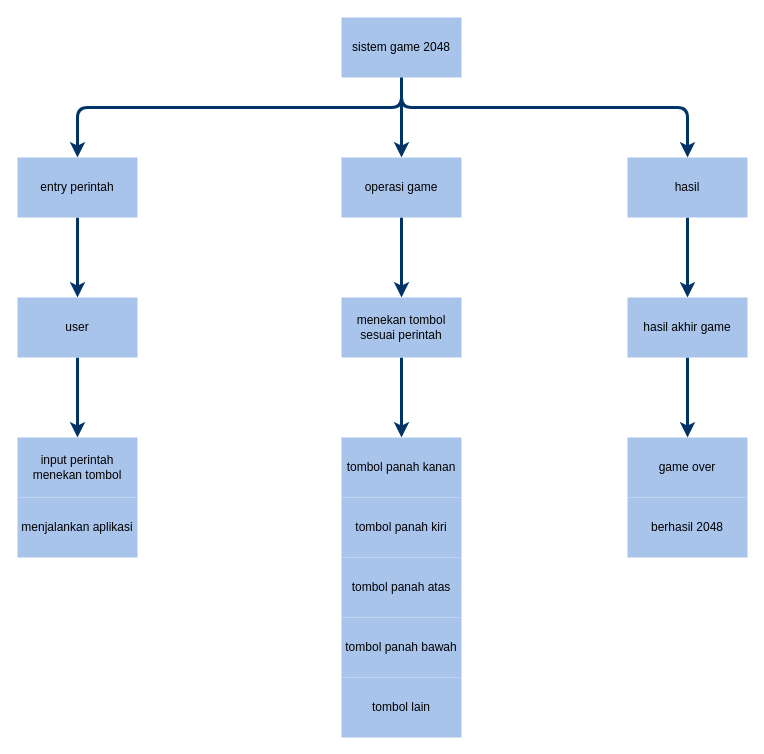
novianh/database-smt-1 keeps this draw.io diagram as page "hipo" (2 of 4) of sistem Diagram.drawio. Above is the earlier version. Source tidied: cells renumbered, new cells numbered last; positions are measured from the earlier drawing's top-left corner, leaving out a move shared by most shapes. Both pictures are drawn from the tidied source at 100%, with x=0, y=0 at pixel (17, 17).
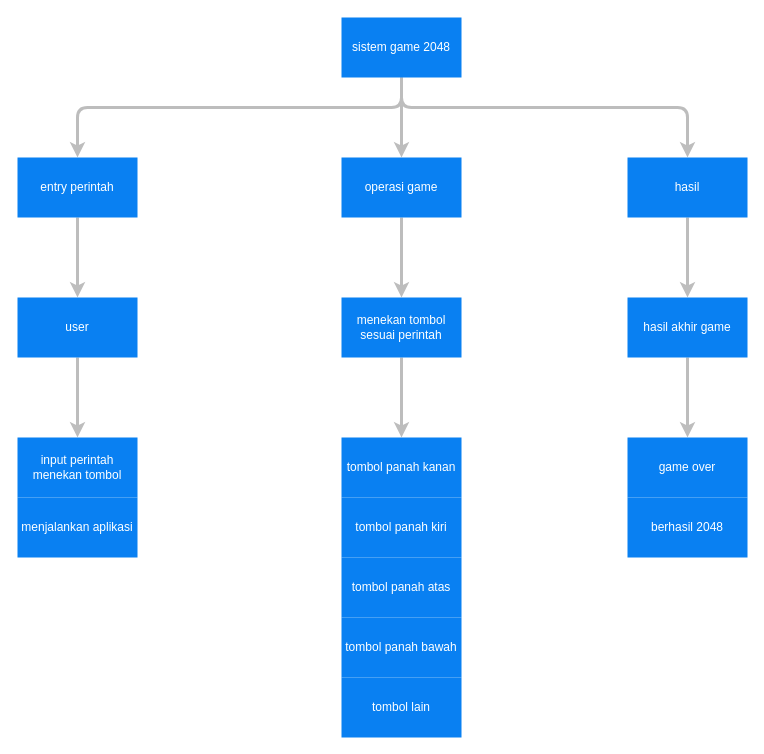
The same page after the edit.

Change to the diagram source:
```diff
@@
-    <mxCell id="2" style="edgeStyle=orthogonalEdgeStyle;jettySize=auto;html=1;strokeWidth=3;strokeColor=#003366;rounded=1;" parent="1" edge="1" source="5" target="7">
+    <mxCell id="2" style="edgeStyle=orthogonalEdgeStyle;jettySize=auto;html=1;strokeWidth=3;rounded=1;fontColor=#FFFFFF;strokeColor=#BDBDBD;" parent="1" edge="1" source="5" target="7">
       <mxGeometry relative="1" as="geometry">
         <Array as="points">
           <mxPoint x="384" y="90" />
           <mxPoint x="60" y="90" />
         </Array>
       </mxGeometry>
     </mxCell>
-    <mxCell id="3" style="edgeStyle=orthogonalEdgeStyle;jettySize=auto;html=1;strokeWidth=3;strokeColor=#003366;rounded=1;" parent="1" edge="1" source="5" target="9">
+    <mxCell id="3" style="edgeStyle=orthogonalEdgeStyle;jettySize=auto;html=1;strokeWidth=3;rounded=1;fontColor=#FFFFFF;strokeColor=#BDBDBD;" parent="1" edge="1" source="5" target="9">
       <mxGeometry relative="1" as="geometry" />
     </mxCell>
-    <mxCell id="4" style="edgeStyle=orthogonalEdgeStyle;jettySize=auto;html=1;strokeWidth=3;strokeColor=#003366;rounded=1;" parent="1" edge="1" source="5" target="11">
+    <mxCell id="4" style="edgeStyle=orthogonalEdgeStyle;jettySize=auto;html=1;strokeWidth=3;rounded=1;fontColor=#FFFFFF;strokeColor=#BDBDBD;" parent="1" edge="1" source="5" target="11">
       <mxGeometry relative="1" as="geometry">
         <Array as="points">
           <mxPoint x="384" y="90" />
           <mxPoint x="670" y="90" />
         </Array>
       </mxGeometry>
     </mxCell>
-    <mxCell id="5" value="sistem game 2048" style="rounded=0;whiteSpace=wrap;html=1;fillColor=#A9C4EB;strokeColor=none;glass=0;sketch=0;" parent="1" vertex="1">
+    <mxCell id="5" value="sistem game 2048" style="rounded=0;whiteSpace=wrap;html=1;strokeColor=none;glass=0;sketch=0;fillColor=#0980F2;fontColor=#FFFFFF;" parent="1" vertex="1">
       <mxGeometry x="324" width="120" height="60" as="geometry" />
     </mxCell>
-    <mxCell id="6" style="edgeStyle=orthogonalEdgeStyle;jettySize=auto;html=1;strokeWidth=3;strokeColor=#003366;rounded=1;" parent="1" edge="1" source="7" target="13">
+    <mxCell id="6" style="edgeStyle=orthogonalEdgeStyle;jettySize=auto;html=1;strokeWidth=3;rounded=1;fontColor=#FFFFFF;strokeColor=#BDBDBD;" parent="1" edge="1" source="7" target="13">
       <mxGeometry relative="1" as="geometry" />
     </mxCell>
-    <mxCell id="7" value="entry perintah" style="rounded=0;whiteSpace=wrap;html=1;fillColor=#A9C4EB;strokeColor=none;glass=0;sketch=0;" parent="1" vertex="1">
+    <mxCell id="7" value="entry perintah" style="rounded=0;whiteSpace=wrap;html=1;strokeColor=none;glass=0;sketch=0;fillColor=#0980F2;fontColor=#FFFFFF;" parent="1" vertex="1">
       <mxGeometry y="140" width="120" height="60" as="geometry" />
     </mxCell>
-    <mxCell id="8" style="edgeStyle=orthogonalEdgeStyle;jettySize=auto;html=1;strokeWidth=3;strokeColor=#003366;rounded=1;" parent="1" edge="1" source="9" target="17">
+    <mxCell id="8" style="edgeStyle=orthogonalEdgeStyle;jettySize=auto;html=1;strokeWidth=3;rounded=1;fontColor=#FFFFFF;strokeColor=#BDBDBD;" parent="1" edge="1" source="9" target="17">
       <mxGeometry relative="1" as="geometry" />
     </mxCell>
-    <mxCell id="9" value="operasi game" style="rounded=0;whiteSpace=wrap;html=1;fillColor=#A9C4EB;strokeColor=none;glass=0;sketch=0;" parent="1" vertex="1">
+    <mxCell id="9" value="operasi game" style="rounded=0;whiteSpace=wrap;html=1;strokeColor=none;glass=0;sketch=0;fillColor=#0980F2;fontColor=#FFFFFF;" parent="1" vertex="1">
       <mxGeometry x="324" y="140" width="120" height="60" as="geometry" />
     </mxCell>
-    <mxCell id="10" style="edgeStyle=orthogonalEdgeStyle;jettySize=auto;html=1;strokeWidth=3;strokeColor=#003366;rounded=1;" parent="1" edge="1" source="11" target="24">
+    <mxCell id="10" style="edgeStyle=orthogonalEdgeStyle;jettySize=auto;html=1;strokeWidth=3;rounded=1;fontColor=#FFFFFF;strokeColor=#BDBDBD;" parent="1" edge="1" source="11" target="24">
       <mxGeometry relative="1" as="geometry" />
     </mxCell>
-    <mxCell id="11" value="hasil" style="rounded=0;whiteSpace=wrap;html=1;fillColor=#A9C4EB;strokeColor=none;glass=0;sketch=0;" parent="1" vertex="1">
+    <mxCell id="11" value="hasil" style="rounded=0;whiteSpace=wrap;html=1;strokeColor=none;glass=0;sketch=0;fillColor=#0980F2;fontColor=#FFFFFF;" parent="1" vertex="1">
       <mxGeometry x="610" y="140" width="120" height="60" as="geometry" />
     </mxCell>
-    <mxCell id="12" style="edgeStyle=orthogonalEdgeStyle;jettySize=auto;html=1;strokeWidth=3;strokeColor=#003366;rounded=1;exitX=0.5;exitY=1;exitDx=0;exitDy=0;entryX=0.5;entryY=0;entryDx=0;entryDy=0;" parent="1" edge="1" source="13" target="14">
+    <mxCell id="12" style="edgeStyle=orthogonalEdgeStyle;jettySize=auto;html=1;strokeWidth=3;rounded=1;exitX=0.5;exitY=1;exitDx=0;exitDy=0;entryX=0.5;entryY=0;entryDx=0;entryDy=0;fontColor=#FFFFFF;strokeColor=#BDBDBD;" parent="1" edge="1" source="13" target="14">
       <mxGeometry relative="1" as="geometry">
         <Array as="points">
           <mxPoint x="60" y="380" />
           <mxPoint x="60" y="380" />
         </Array>
       </mxGeometry>
     </mxCell>
-    <mxCell id="13" value="user" style="rounded=0;whiteSpace=wrap;html=1;fillColor=#A9C4EB;strokeColor=none;glass=0;sketch=0;" parent="1" vertex="1">
+    <mxCell id="13" value="user" style="rounded=0;whiteSpace=wrap;html=1;strokeColor=none;glass=0;sketch=0;fillColor=#0980F2;fontColor=#FFFFFF;" parent="1" vertex="1">
       <mxGeometry y="280" width="120" height="60" as="geometry" />
     </mxCell>
-    <mxCell id="14" value="input perintah menekan tombol" style="rounded=0;whiteSpace=wrap;html=1;fillColor=#A9C4EB;strokeColor=none;glass=0;sketch=0;" parent="1" vertex="1">
+    <mxCell id="14" value="input perintah menekan tombol" style="rounded=0;whiteSpace=wrap;html=1;strokeColor=none;glass=0;sketch=0;fillColor=#0980F2;fontColor=#FFFFFF;" parent="1" vertex="1">
       <mxGeometry y="420" width="120" height="60" as="geometry" />
     </mxCell>
-    <mxCell id="15" value="menjalankan aplikasi" style="rounded=0;whiteSpace=wrap;html=1;fillColor=#A9C4EB;strokeColor=none;glass=0;sketch=0;" parent="1" vertex="1">
+    <mxCell id="15" value="menjalankan aplikasi" style="rounded=0;whiteSpace=wrap;html=1;strokeColor=none;glass=0;sketch=0;fillColor=#0980F2;fontColor=#FFFFFF;" parent="1" vertex="1">
       <mxGeometry y="480" width="120" height="60" as="geometry" />
     </mxCell>
-    <mxCell id="16" style="edgeStyle=orthogonalEdgeStyle;jettySize=auto;html=1;strokeWidth=3;strokeColor=#003366;rounded=1;" parent="1" edge="1" source="17" target="18">
+    <mxCell id="16" style="edgeStyle=orthogonalEdgeStyle;jettySize=auto;html=1;strokeWidth=3;rounded=1;fontColor=#FFFFFF;strokeColor=#BDBDBD;" parent="1" edge="1" source="17" target="18">
       <mxGeometry relative="1" as="geometry" />
     </mxCell>
-    <mxCell id="17" value="menekan tombol sesuai perintah" style="rounded=0;whiteSpace=wrap;html=1;fillColor=#A9C4EB;strokeColor=none;glass=0;sketch=0;" parent="1" vertex="1">
+    <mxCell id="17" value="menekan tombol sesuai perintah" style="rounded=0;whiteSpace=wrap;html=1;strokeColor=none;glass=0;sketch=0;fillColor=#0980F2;fontColor=#FFFFFF;" parent="1" vertex="1">
       <mxGeometry x="324" y="280" width="120" height="60" as="geometry" />
     </mxCell>
-    <mxCell id="18" value="tombol panah kanan" style="rounded=0;whiteSpace=wrap;html=1;fillColor=#A9C4EB;strokeColor=none;glass=0;sketch=0;" parent="1" vertex="1">
+    <mxCell id="18" value="tombol panah kanan" style="rounded=0;whiteSpace=wrap;html=1;strokeColor=none;glass=0;sketch=0;fillColor=#0980F2;fontColor=#FFFFFF;" parent="1" vertex="1">
       <mxGeometry x="324" y="420" width="120" height="60" as="geometry" />
     </mxCell>
-    <mxCell id="19" value="tombol panah kiri" style="rounded=0;whiteSpace=wrap;html=1;fillColor=#A9C4EB;strokeColor=none;glass=0;sketch=0;" parent="1" vertex="1">
+    <mxCell id="19" value="tombol panah kiri" style="rounded=0;whiteSpace=wrap;html=1;strokeColor=none;glass=0;sketch=0;fillColor=#0980F2;fontColor=#FFFFFF;" parent="1" vertex="1">
       <mxGeometry x="324" y="480" width="120" height="60" as="geometry" />
     </mxCell>
-    <mxCell id="20" value="tombol panah atas" style="rounded=0;whiteSpace=wrap;html=1;fillColor=#A9C4EB;strokeColor=none;glass=0;sketch=0;" parent="1" vertex="1">
+    <mxCell id="20" value="tombol panah atas" style="rounded=0;whiteSpace=wrap;html=1;strokeColor=none;glass=0;sketch=0;fillColor=#0980F2;fontColor=#FFFFFF;" parent="1" vertex="1">
       <mxGeometry x="324" y="540" width="120" height="60" as="geometry" />
     </mxCell>
-    <mxCell id="21" value="tombol panah bawah" style="rounded=0;whiteSpace=wrap;html=1;fillColor=#A9C4EB;strokeColor=none;glass=0;sketch=0;" parent="1" vertex="1">
+    <mxCell id="21" value="tombol panah bawah" style="rounded=0;whiteSpace=wrap;html=1;strokeColor=none;glass=0;sketch=0;fillColor=#0980F2;fontColor=#FFFFFF;" parent="1" vertex="1">
       <mxGeometry x="324" y="600" width="120" height="60" as="geometry" />
     </mxCell>
-    <mxCell id="22" value="tombol lain" style="rounded=0;whiteSpace=wrap;html=1;fillColor=#A9C4EB;strokeColor=none;glass=0;sketch=0;" parent="1" vertex="1">
+    <mxCell id="22" value="tombol lain" style="rounded=0;whiteSpace=wrap;html=1;strokeColor=none;glass=0;sketch=0;fillColor=#0980F2;fontColor=#FFFFFF;" parent="1" vertex="1">
       <mxGeometry x="324" y="660" width="120" height="60" as="geometry" />
     </mxCell>
-    <mxCell id="23" style="edgeStyle=orthogonalEdgeStyle;jettySize=auto;html=1;strokeWidth=3;strokeColor=#003366;rounded=1;" parent="1" edge="1" source="24" target="25">
+    <mxCell id="23" style="edgeStyle=orthogonalEdgeStyle;jettySize=auto;html=1;strokeWidth=3;rounded=1;fontColor=#FFFFFF;strokeColor=#BDBDBD;" parent="1" edge="1" source="24" target="25">
       <mxGeometry relative="1" as="geometry" />
     </mxCell>
-    <mxCell id="24" value="hasil akhir game" style="rounded=0;whiteSpace=wrap;html=1;fillColor=#A9C4EB;strokeColor=none;glass=0;sketch=0;" parent="1" vertex="1">
+    <mxCell id="24" value="hasil akhir game" style="rounded=0;whiteSpace=wrap;html=1;strokeColor=none;glass=0;sketch=0;fillColor=#0980F2;fontColor=#FFFFFF;" parent="1" vertex="1">
       <mxGeometry x="610" y="280" width="120" height="60" as="geometry" />
     </mxCell>
-    <mxCell id="25" value="game over" style="rounded=0;whiteSpace=wrap;html=1;fillColor=#A9C4EB;strokeColor=none;glass=0;sketch=0;" parent="1" vertex="1">
+    <mxCell id="25" value="game over" style="rounded=0;whiteSpace=wrap;html=1;strokeColor=none;glass=0;sketch=0;fillColor=#0980F2;fontColor=#FFFFFF;" parent="1" vertex="1">
       <mxGeometry x="610" y="420" width="120" height="60" as="geometry" />
     </mxCell>
-    <mxCell id="26" value="berhasil 2048" style="rounded=0;whiteSpace=wrap;html=1;fillColor=#A9C4EB;strokeColor=none;glass=0;sketch=0;" parent="1" vertex="1">
+    <mxCell id="26" value="berhasil 2048" style="rounded=0;whiteSpace=wrap;html=1;strokeColor=none;glass=0;sketch=0;fillColor=#0980F2;fontColor=#FFFFFF;" parent="1" vertex="1">
       <mxGeometry x="610" y="480" width="120" height="60" as="geometry" />
     </mxCell>
```
